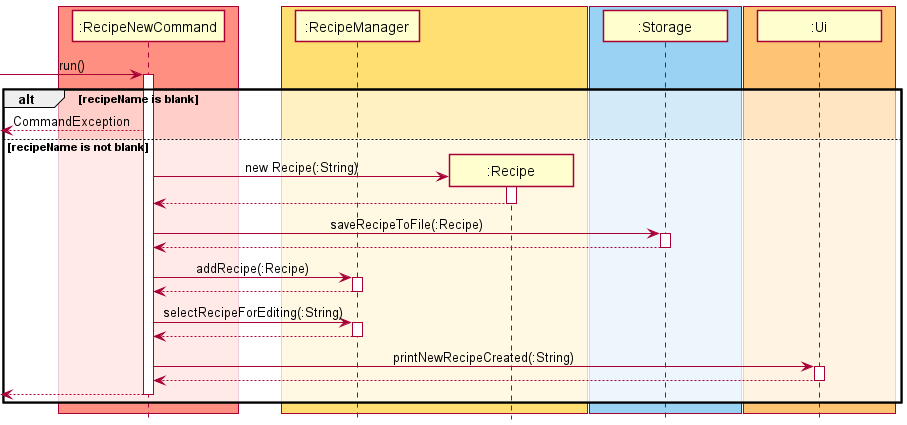
Before: docs/images/dg/RecipeNewCommand.png, a diagram exported from PlantUML (rizemon/tp).
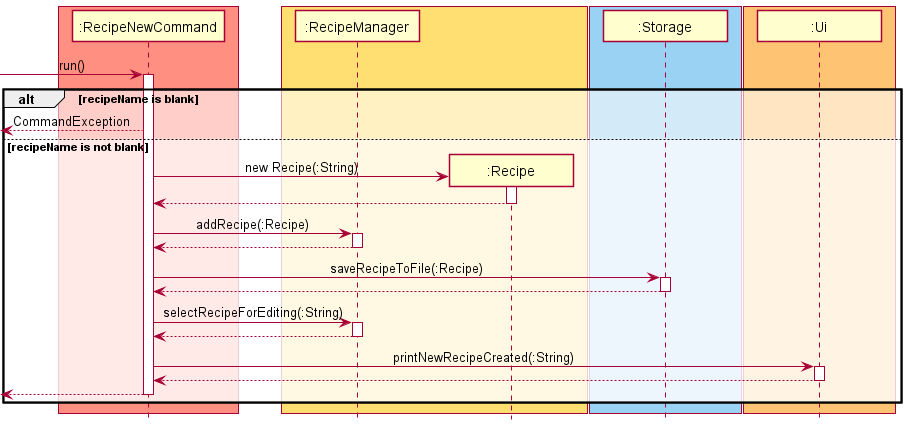
The same file after the commit.

The edit, as a diff of the source:
```diff
@@ -27,15 +27,15 @@
   RecipeNewCommand <-- Recipe
   deactivate Recipe
 
+  RecipeNewCommand -> RecipeManager: addRecipe(:Recipe)
+  activate RecipeManager
+  RecipeNewCommand <-- RecipeManager
+  deactivate RecipeManager
+
   RecipeNewCommand -> Storage: saveRecipeToFile(:Recipe)
   activate Storage
   RecipeNewCommand <-- Storage
   deactivate Storage
-
-  RecipeNewCommand -> RecipeManager: addRecipe(:Recipe)
-  activate RecipeManager
-  RecipeNewCommand <-- RecipeManager
-  deactivate RecipeManager
 
   RecipeNewCommand -> RecipeManager: selectRecipeForEditing(:String)
   activate RecipeManager
```
